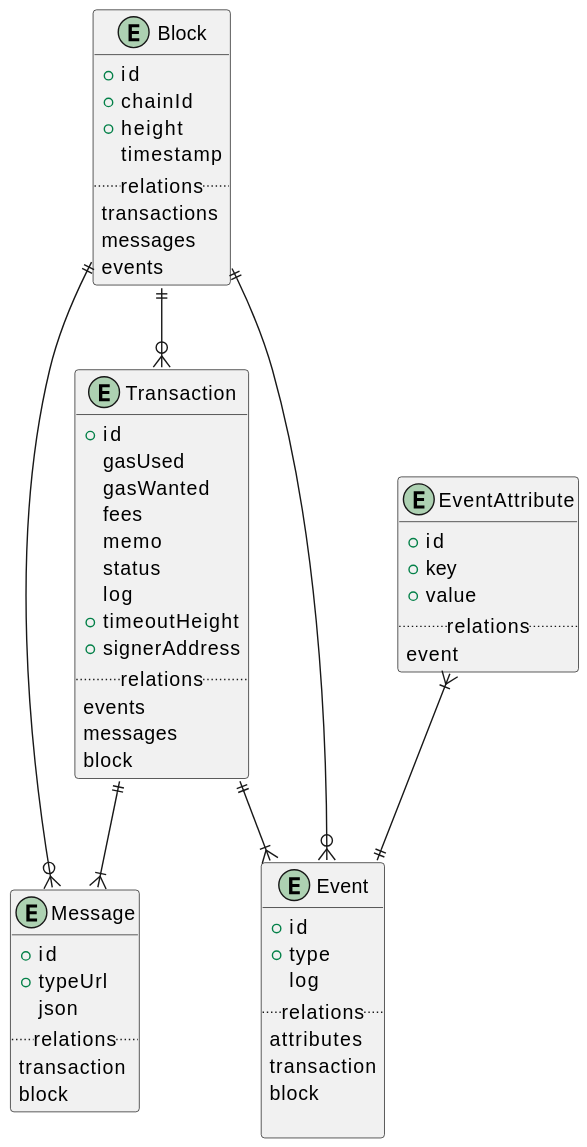
This is docs/assets/entities_db.svg from jiqiang90/ledger-subquery, a PlantUML export, as it was before one commit.
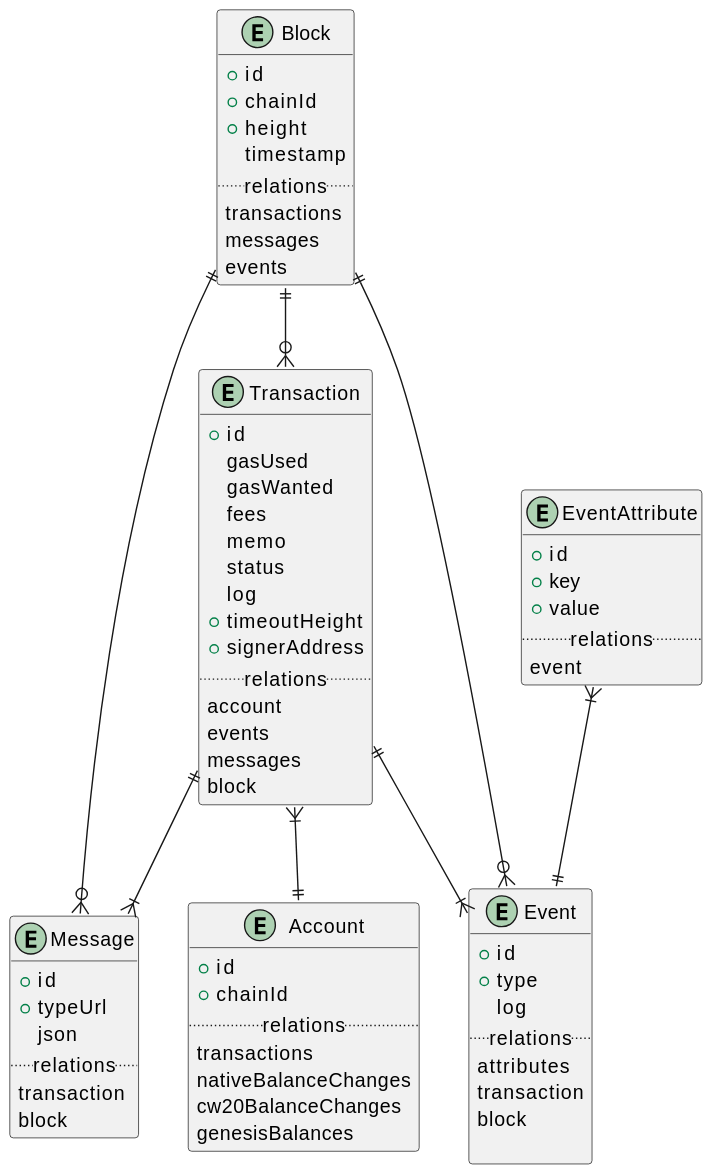
Later version of the same file.

Commit message:
chore: re-generate entity diagram svgs

What changed in the source:
```diff
@@ -21,6 +21,7 @@
   +timeoutHeight
   +signerAddress
   ..relations..
+  account
   events
   messages
   block
@@ -54,11 +55,22 @@
   event
 }
 
+entity Account {
+    +id
+    +chainId
+    ..relations..
+    transactions
+    nativeBalanceChanges
+    cw20BalanceChanges
+    genesisBalances
+}
+
 
 Block ||--o{ Transaction
 Block ||--o{ Message
 Block ||--o{ Event
 
+Transaction }|--|| Account
 Transaction ||--|{ Event
 Transaction ||--|{ Message
 
```
